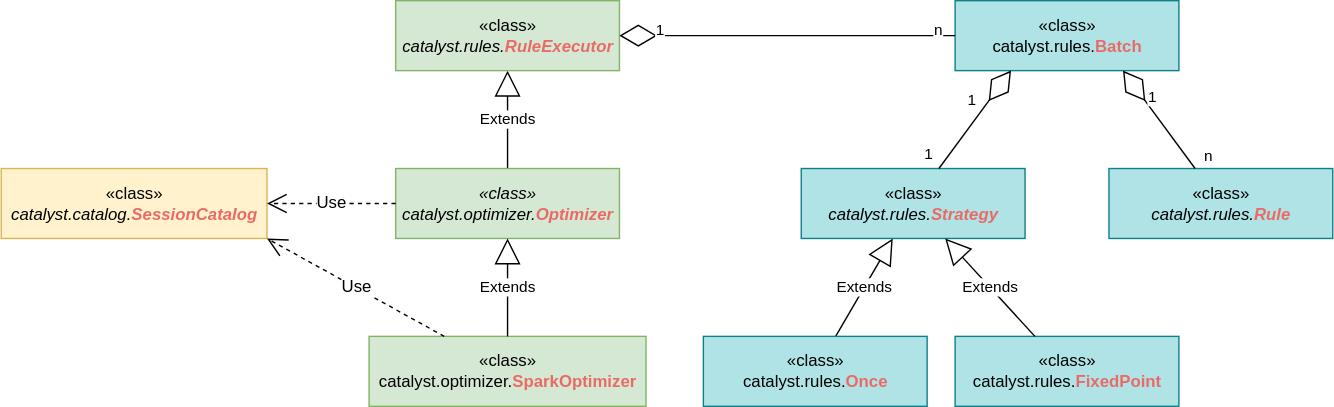
The draw.io diagram images/spark/sql-catalyst-optimizer-class.svg in jtLiBrain/jtLiBrain.github.io, before a commit. Source tidied: cells renumbered, new cells last; positions are measured from the earlier drawing's top-left corner, leaving out a move shared by most shapes.
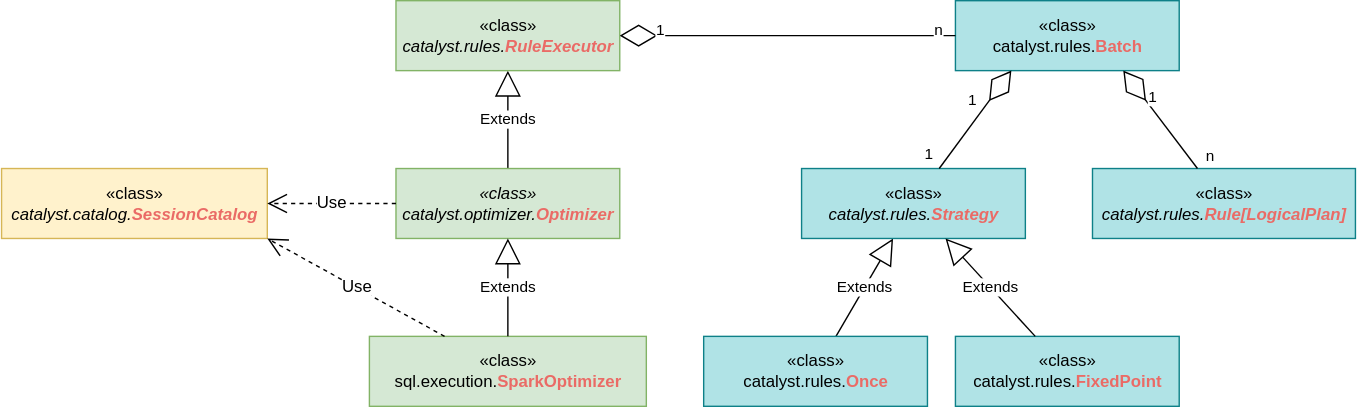
The same file after the commit.

The edit, as a diff of the source:
```diff
@@ -29,8 +29,8 @@
     <mxCell id="10" value="Extends" style="endArrow=block;endSize=16;endFill=0;html=1;" parent="1" edge="1" source="9" target="7">
       <mxGeometry relative="1" as="geometry" />
     </mxCell>
-    <mxCell id="11" value="«class»&lt;br&gt;&lt;span&gt;&lt;i&gt;catalyst.rules.&lt;b style=&quot;color: rgb(234 , 107 , 102)&quot;&gt;Rule&lt;/b&gt;&lt;/i&gt;&lt;/span&gt;" style="html=1;strokeColor=#0e8088;strokeWidth=1;fillColor=#b0e3e6;fontStyle=0;" parent="1" vertex="1">
-      <mxGeometry x="792" y="120" width="160" height="50" as="geometry" />
+    <mxCell id="11" value="«class»&lt;br&gt;&lt;span&gt;&lt;i&gt;catalyst.rules.&lt;b style=&quot;color: rgb(234 , 107 , 102)&quot;&gt;Rule[LogicalPlan]&lt;/b&gt;&lt;/i&gt;&lt;/span&gt;" style="html=1;strokeColor=#0e8088;strokeWidth=1;fillColor=#b0e3e6;fontStyle=0;" parent="1" vertex="1">
+      <mxGeometry x="780" y="120" width="188" height="50" as="geometry" />
     </mxCell>
     <mxCell id="12" style="endArrow=diamondThin;endFill=0;endSize=24;html=1;entryX=0.25;entryY=1;entryDx=0;entryDy=0;" parent="1" edge="1" source="7" target="6">
       <mxGeometry relative="1" as="geometry" />
@@ -77,7 +77,7 @@
     <mxCell id="22" value="Use" style="endArrow=open;endSize=12;dashed=1;html=1;fontSize=12;" parent="1" edge="1" source="5" target="21">
       <mxGeometry relative="1" as="geometry" />
     </mxCell>
-    <mxCell id="23" value="«class»&lt;br&gt;&lt;span&gt;catalyst.optimizer.&lt;/span&gt;&lt;font color=&quot;#ea6b66&quot;&gt;&lt;b&gt;SparkOptimizer&lt;/b&gt;&lt;/font&gt;" style="html=1;strokeColor=#82b366;strokeWidth=1;fillColor=#d5e8d4;fontStyle=0;" parent="1" vertex="1">
+    <mxCell id="23" value="«class»&lt;br&gt;&lt;span&gt;sql.execution.&lt;/span&gt;&lt;font color=&quot;#ea6b66&quot;&gt;&lt;b&gt;SparkOptimizer&lt;/b&gt;&lt;/font&gt;" style="html=1;strokeColor=#82b366;strokeWidth=1;fillColor=#d5e8d4;fontStyle=0;" parent="1" vertex="1">
       <mxGeometry x="263" y="240" width="198" height="50" as="geometry" />
     </mxCell>
     <mxCell id="24" value="Extends" style="endArrow=block;endSize=16;endFill=0;html=1;" parent="1" edge="1" source="23" target="5">
```
